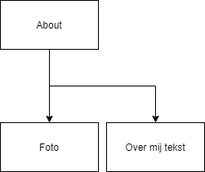
This is 01-Challenge/Taak02-Ontwerpen/student-boomstructuur.drawio.png from Ritchychica6/Challenge-Portfolio, a draw.io export, as it was before one commit. Source tidied: cells renumbered, new cells last; positions are measured from the earlier drawing's top-left corner, leaving out a move shared by most shapes. The source it was exported from:
```xml
<mxGraphModel>
  <root>
    <mxCell id="0" />
    <mxCell id="1" parent="0" />
    <mxCell id="2" style="edgeStyle=orthogonalEdgeStyle;rounded=0;jettySize=auto;html=1;exitX=0.5;exitY=1;exitDx=0;exitDy=0;" parent="1" edge="1" source="4" target="5">
      <mxGeometry relative="1" as="geometry" />
    </mxCell>
    <mxCell id="3" style="edgeStyle=orthogonalEdgeStyle;rounded=0;jettySize=auto;html=1;exitX=0.5;exitY=1;exitDx=0;exitDy=0;" parent="1" edge="1" source="4" target="6">
      <mxGeometry relative="1" as="geometry" />
    </mxCell>
    <mxCell id="4" value="About" style="rounded=0;whiteSpace=wrap;html=1;" parent="1" vertex="1">
      <mxGeometry width="120" height="60" as="geometry" />
    </mxCell>
    <mxCell id="5" value="Foto" style="rounded=0;whiteSpace=wrap;html=1;" parent="1" vertex="1">
      <mxGeometry y="150" width="120" height="60" as="geometry" />
    </mxCell>
    <mxCell id="6" value="Over mij tekst" style="rounded=0;whiteSpace=wrap;html=1;" parent="1" vertex="1">
      <mxGeometry x="130" y="150" width="120" height="60" as="geometry" />
    </mxCell>
  </root>
</mxGraphModel>
```
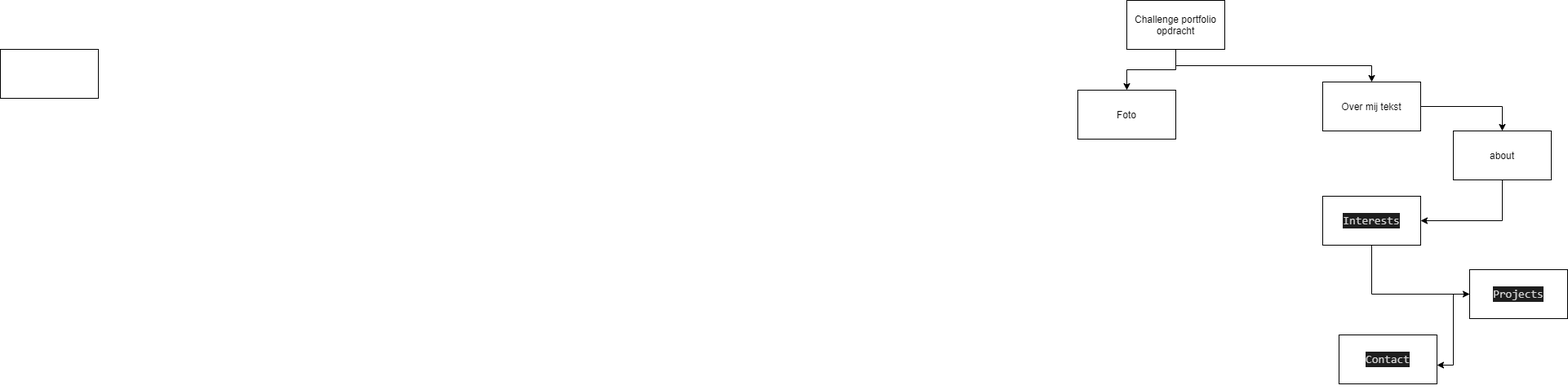
The same file after the commit.

The edit, as a diff of the source:
```diff
@@ -8,14 +8,41 @@
     <mxCell id="3" style="edgeStyle=orthogonalEdgeStyle;rounded=0;jettySize=auto;html=1;exitX=0.5;exitY=1;exitDx=0;exitDy=0;" parent="1" edge="1" source="4" target="6">
       <mxGeometry relative="1" as="geometry" />
     </mxCell>
-    <mxCell id="4" value="About" style="rounded=0;whiteSpace=wrap;html=1;" parent="1" vertex="1">
+    <mxCell id="4" value="Challenge portfolio opdracht" style="rounded=0;whiteSpace=wrap;html=1;" parent="1" vertex="1">
       <mxGeometry width="120" height="60" as="geometry" />
     </mxCell>
     <mxCell id="5" value="Foto" style="rounded=0;whiteSpace=wrap;html=1;" parent="1" vertex="1">
-      <mxGeometry y="150" width="120" height="60" as="geometry" />
+      <mxGeometry x="-60" y="110" width="120" height="60" as="geometry" />
     </mxCell>
+    <mxCell id="7" style="edgeStyle=orthogonalEdgeStyle;rounded=0;jettySize=auto;html=1;exitX=1;exitY=0.5;exitDx=0;exitDy=0;entryX=0.5;entryY=0;entryDx=0;entryDy=0;" parent="1" edge="1" source="6" target="9">
+      <mxGeometry relative="1" as="geometry" />
+    </mxCell>
     <mxCell id="6" value="Over mij tekst" style="rounded=0;whiteSpace=wrap;html=1;" parent="1" vertex="1">
-      <mxGeometry x="130" y="150" width="120" height="60" as="geometry" />
+      <mxGeometry x="240" y="100" width="120" height="60" as="geometry" />
     </mxCell>
+    <mxCell id="8" style="edgeStyle=orthogonalEdgeStyle;rounded=0;jettySize=auto;html=1;exitX=0.5;exitY=1;exitDx=0;exitDy=0;entryX=1;entryY=0.5;entryDx=0;entryDy=0;" parent="1" edge="1" source="9" target="11">
+      <mxGeometry relative="1" as="geometry" />
+    </mxCell>
+    <mxCell id="9" value="about" style="rounded=0;whiteSpace=wrap;html=1;" parent="1" vertex="1">
+      <mxGeometry x="400" y="160" width="120" height="60" as="geometry" />
+    </mxCell>
+    <mxCell id="10" style="edgeStyle=orthogonalEdgeStyle;rounded=0;jettySize=auto;html=1;exitX=0.5;exitY=1;exitDx=0;exitDy=0;entryX=0;entryY=0.5;entryDx=0;entryDy=0;" parent="1" edge="1" source="11" target="13">
+      <mxGeometry relative="1" as="geometry" />
+    </mxCell>
+    <mxCell id="11" value="&#10;&#10;&lt;div style=&quot;color: rgb(212, 212, 212); background-color: rgb(30, 30, 30); font-family: consolas, &amp;quot;courier new&amp;quot;, monospace; font-weight: normal; font-size: 14px; line-height: 19px;&quot;&gt;&lt;div&gt;&lt;span style=&quot;color: #d4d4d4&quot;&gt;Interests&lt;/span&gt;&lt;/div&gt;&lt;/div&gt;&#10;&#10;" style="rounded=0;whiteSpace=wrap;html=1;" parent="1" vertex="1">
+      <mxGeometry x="240" y="240" width="120" height="60" as="geometry" />
+    </mxCell>
+    <mxCell id="12" style="edgeStyle=orthogonalEdgeStyle;rounded=0;jettySize=auto;html=1;entryX=1;entryY=0.617;entryDx=0;entryDy=0;entryPerimeter=0;" parent="1" edge="1" source="13" target="14">
+      <mxGeometry relative="1" as="geometry" />
+    </mxCell>
+    <mxCell id="13" value="&#10;&#10;&lt;div style=&quot;color: rgb(212, 212, 212); background-color: rgb(30, 30, 30); font-family: consolas, &amp;quot;courier new&amp;quot;, monospace; font-weight: normal; font-size: 14px; line-height: 19px;&quot;&gt;&lt;div&gt;&lt;span style=&quot;color: #d4d4d4&quot;&gt;Projects&lt;/span&gt;&lt;/div&gt;&lt;/div&gt;&#10;&#10;" style="rounded=0;whiteSpace=wrap;html=1;" parent="1" vertex="1">
+      <mxGeometry x="420" y="330" width="120" height="60" as="geometry" />
+    </mxCell>
+    <mxCell id="14" value="&#10;&#10;&lt;div style=&quot;color: rgb(212, 212, 212); background-color: rgb(30, 30, 30); font-family: consolas, &amp;quot;courier new&amp;quot;, monospace; font-weight: normal; font-size: 14px; line-height: 19px;&quot;&gt;&lt;div&gt;&lt;span style=&quot;color: #d4d4d4&quot;&gt;Contact&lt;/span&gt;&lt;/div&gt;&lt;/div&gt;&#10;&#10;" style="rounded=0;whiteSpace=wrap;html=1;" parent="1" vertex="1">
+      <mxGeometry x="260" y="410" width="120" height="60" as="geometry" />
+    </mxCell>
+    <mxCell id="15" style="rounded=0;whiteSpace=wrap;html=1;" parent="1" vertex="1">
+      <mxGeometry x="-1380" y="60" width="120" height="60" as="geometry" />
+    </mxCell>
   </root>
 </mxGraphModel>
```
